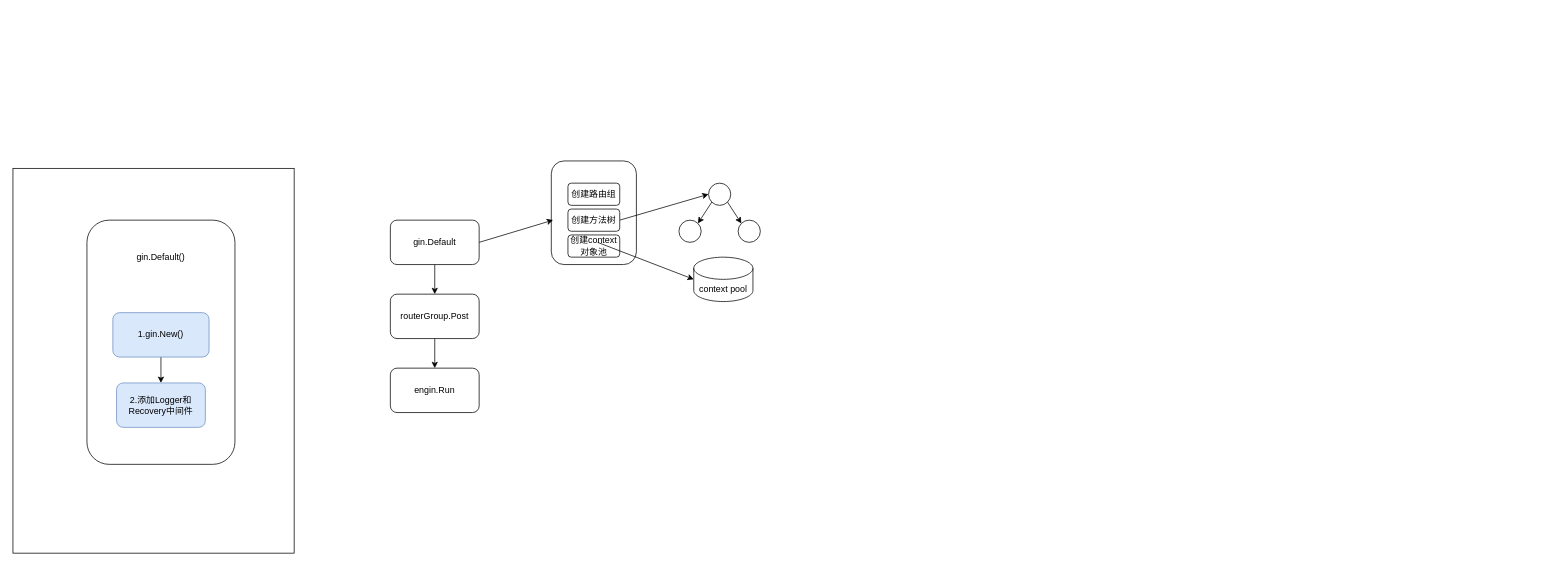
Before: gin框架源码图.drawio in lishuai-0/picture_source_file_draw_io, a draw.io diagram. Source tidied: cells renumbered, new cells numbered last; positions are measured from the earlier drawing's top-left corner, leaving out a move shared by most shapes. Both pictures are drawn from the tidied source at 74%, with x=0, y=0 at pixel (13, 161).
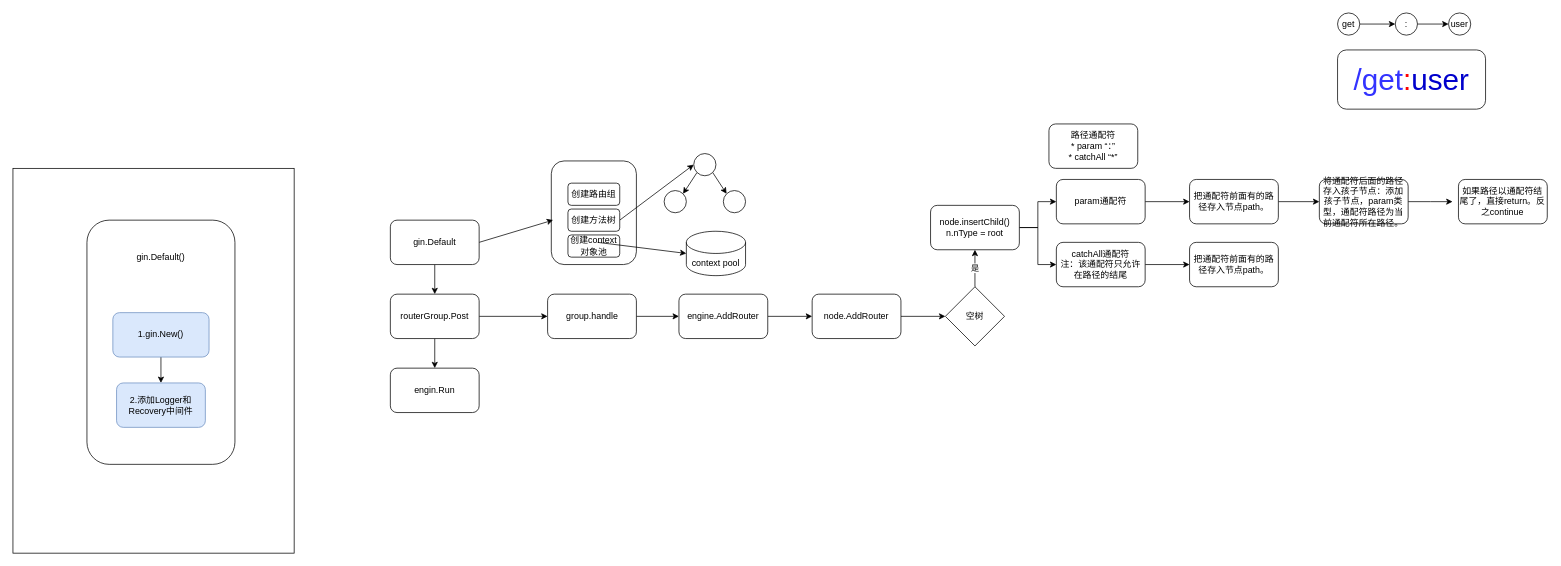
After the change.

Commit message (it also covers changes not shown here):
更新gin框架源码图.drawio

The change refers to these unchanged cells:
```xml
<mxCell id="13" value="routerGroup.Post" style="rounded=1;whiteSpace=wrap;html=1;" parent="1" vertex="1">
  <mxGeometry x="510" y="180" width="120" height="60" as="geometry" />
</mxCell>
```

What changed in the source:
```diff
@@
+    <mxCell id="26" style="edgeStyle=orthogonalEdgeStyle;rounded=0;jettySize=auto;html=1;exitX=1;exitY=0.5;exitDx=0;exitDy=0;" parent="1" edge="1" source="13" target="28">
+      <mxGeometry relative="1" as="geometry" />
+    </mxCell>
@@
     <mxCell id="21" style="ellipse;whiteSpace=wrap;html=1;" parent="1" vertex="1">
-      <mxGeometry x="940" y="30" width="30" height="30" as="geometry" />
+      <mxGeometry x="920" y="-10" width="30" height="30" as="geometry" />
     </mxCell>
     <mxCell id="22" style="ellipse;whiteSpace=wrap;html=1;" parent="1" vertex="1">
-      <mxGeometry x="980" y="80" width="30" height="30" as="geometry" />
+      <mxGeometry x="960" y="40" width="30" height="30" as="geometry" />
     </mxCell>
     <mxCell id="23" style="ellipse;whiteSpace=wrap;html=1;" parent="1" vertex="1">
-      <mxGeometry x="900" y="80" width="30" height="30" as="geometry" />
+      <mxGeometry x="880" y="40" width="30" height="30" as="geometry" />
     </mxCell>
     <mxCell id="24" value="context pool" style="shape=cylinder3;whiteSpace=wrap;html=1;boundedLbl=1;backgroundOutline=1;size=15;" parent="1" vertex="1">
-      <mxGeometry x="920" y="130" width="80" height="60" as="geometry" />
+      <mxGeometry x="910" y="95" width="80" height="60" as="geometry" />
     </mxCell>
@@
+    <mxCell id="27" style="rounded=0;jettySize=auto;html=1;exitX=1;exitY=0.5;exitDx=0;exitDy=0;" parent="1" edge="1" source="28" target="30">
+      <mxGeometry relative="1" as="geometry" />
+    </mxCell>
+    <mxCell id="28" value="group.handle" style="rounded=1;whiteSpace=wrap;html=1;" parent="1" vertex="1">
+      <mxGeometry x="722.5" y="180" width="120" height="60" as="geometry" />
+    </mxCell>
+    <mxCell id="29" style="edgeStyle=orthogonalEdgeStyle;rounded=0;jettySize=auto;html=1;exitX=1;exitY=0.5;exitDx=0;exitDy=0;" parent="1" edge="1" source="30" target="32">
+      <mxGeometry relative="1" as="geometry" />
+    </mxCell>
+    <mxCell id="30" value="engine.AddRouter" style="rounded=1;whiteSpace=wrap;html=1;" parent="1" vertex="1">
+      <mxGeometry x="900" y="180" width="120" height="60" as="geometry" />
+    </mxCell>
+    <mxCell id="31" style="edgeStyle=orthogonalEdgeStyle;rounded=0;jettySize=auto;html=1;exitX=1;exitY=0.5;exitDx=0;exitDy=0;" parent="1" edge="1" source="32" target="34">
+      <mxGeometry relative="1" as="geometry" />
+    </mxCell>
+    <mxCell id="32" value="node.AddRouter" style="rounded=1;whiteSpace=wrap;html=1;" parent="1" vertex="1">
+      <mxGeometry x="1080" y="180" width="120" height="60" as="geometry" />
+    </mxCell>
+    <mxCell id="33" value="是" style="edgeStyle=orthogonalEdgeStyle;rounded=0;jettySize=auto;html=1;exitX=0.5;exitY=0;exitDx=0;exitDy=0;" parent="1" edge="1" source="34" target="37">
+      <mxGeometry relative="1" as="geometry" />
+    </mxCell>
+    <mxCell id="34" value="空树" style="rhombus;whiteSpace=wrap;html=1;" parent="1" vertex="1">
+      <mxGeometry x="1260" y="170" width="80" height="80" as="geometry" />
+    </mxCell>
+    <mxCell id="35" style="edgeStyle=orthogonalEdgeStyle;rounded=0;jettySize=auto;html=1;exitX=1;exitY=0.5;exitDx=0;exitDy=0;entryX=0;entryY=0.5;entryDx=0;entryDy=0;" parent="1" edge="1" source="37" target="52">
+      <mxGeometry relative="1" as="geometry" />
+    </mxCell>
+    <mxCell id="36" style="edgeStyle=orthogonalEdgeStyle;rounded=0;jettySize=auto;html=1;exitX=1;exitY=0.5;exitDx=0;exitDy=0;" parent="1" edge="1" source="37" target="54">
+      <mxGeometry relative="1" as="geometry" />
+    </mxCell>
+    <mxCell id="37" value="node.insertChild()&lt;div&gt;n.nType = root&lt;br&gt;&lt;/div&gt;" style="rounded=1;whiteSpace=wrap;html=1;" parent="1" vertex="1">
+      <mxGeometry x="1240" y="60" width="120" height="60" as="geometry" />
+    </mxCell>
+    <mxCell id="38" value="路径通配符&lt;br&gt;* param “：”&lt;div&gt;* catchAll “*”&lt;/div&gt;" style="rounded=1;whiteSpace=wrap;html=1;" parent="1" vertex="1">
+      <mxGeometry x="1400" y="-50" width="120" height="60" as="geometry" />
+    </mxCell>
+    <mxCell id="39" style="edgeStyle=orthogonalEdgeStyle;rounded=0;jettySize=auto;html=1;exitX=1;exitY=0.5;exitDx=0;exitDy=0;entryX=0;entryY=0.5;entryDx=0;entryDy=0;" parent="1" edge="1" source="40">
+      <mxGeometry relative="1" as="geometry">
+        <mxPoint x="1945.4" y="55" as="targetPoint" />
+      </mxGeometry>
+    </mxCell>
+    <mxCell id="40" value="将通配符后面的路径存入孩子节点：添加孩子节点，param类型，通配符路径为当前通配符所在路径。" style="rounded=1;whiteSpace=wrap;html=1;" parent="1" vertex="1">
+      <mxGeometry x="1765.4" y="25" width="120" height="60" as="geometry" />
+    </mxCell>
+    <mxCell id="41" value="如果路径以通配符结尾了，直接return。反之continue" style="rounded=1;whiteSpace=wrap;html=1;" parent="1" vertex="1">
+      <mxGeometry x="1953.4" y="25" width="120" height="60" as="geometry" />
+    </mxCell>
+    <mxCell id="42" style="group;" parent="1" vertex="1">
+      <mxGeometry x="1790" y="-200" width="200" height="130" as="geometry" />
+    </mxCell>
+    <mxCell id="43" value="&lt;font style=&quot;font-size: 40px;&quot;&gt;&lt;font color=&quot;#3333ff&quot;&gt;/get&lt;/font&gt;&lt;font color=&quot;#ff0000&quot;&gt;:&lt;/font&gt;&lt;font color=&quot;#0000cc&quot;&gt;user&lt;/font&gt;&lt;/font&gt;" style="rounded=1;whiteSpace=wrap;html=1;" parent="42" vertex="1">
+      <mxGeometry y="50" width="200" height="80" as="geometry" />
+    </mxCell>
+    <mxCell id="44" style="edgeStyle=orthogonalEdgeStyle;rounded=0;jettySize=auto;html=1;exitX=1;exitY=0.5;exitDx=0;exitDy=0;" parent="42" edge="1" source="45" target="47">
+      <mxGeometry relative="1" as="geometry" />
+    </mxCell>
+    <mxCell id="45" value="get" style="ellipse;whiteSpace=wrap;html=1;" parent="42" vertex="1">
+      <mxGeometry width="30" height="30" as="geometry" />
+    </mxCell>
+    <mxCell id="46" style="edgeStyle=orthogonalEdgeStyle;rounded=0;jettySize=auto;html=1;exitX=1;exitY=0.5;exitDx=0;exitDy=0;" parent="42" edge="1" source="47" target="48">
+      <mxGeometry relative="1" as="geometry" />
+    </mxCell>
+    <mxCell id="47" value=":" style="ellipse;whiteSpace=wrap;html=1;" parent="42" vertex="1">
+      <mxGeometry x="78" width="30" height="30" as="geometry" />
+    </mxCell>
+    <mxCell id="48" value="user" style="ellipse;whiteSpace=wrap;html=1;" parent="42" vertex="1">
+      <mxGeometry x="150" width="30" height="30" as="geometry" />
+    </mxCell>
+    <mxCell id="49" style="edgeStyle=orthogonalEdgeStyle;rounded=0;jettySize=auto;html=1;exitX=1;exitY=0.5;exitDx=0;exitDy=0;" parent="1" edge="1" source="50" target="40">
+      <mxGeometry relative="1" as="geometry" />
+    </mxCell>
+    <mxCell id="50" value="把通配符前面有的路径存入节点path。" style="rounded=1;whiteSpace=wrap;html=1;" parent="1" vertex="1">
+      <mxGeometry x="1590" y="25" width="120" height="60" as="geometry" />
+    </mxCell>
+    <mxCell id="51" style="edgeStyle=orthogonalEdgeStyle;rounded=0;jettySize=auto;html=1;exitX=1;exitY=0.5;exitDx=0;exitDy=0;" parent="1" edge="1" source="52" target="50">
+      <mxGeometry relative="1" as="geometry" />
+    </mxCell>
+    <mxCell id="52" value="param通配符" style="rounded=1;whiteSpace=wrap;html=1;" parent="1" vertex="1">
+      <mxGeometry x="1410" y="25" width="120" height="60" as="geometry" />
+    </mxCell>
+    <mxCell id="53" style="edgeStyle=orthogonalEdgeStyle;rounded=0;jettySize=auto;html=1;exitX=1;exitY=0.5;exitDx=0;exitDy=0;entryX=0;entryY=0.5;entryDx=0;entryDy=0;" parent="1" edge="1" source="54" target="55">
+      <mxGeometry relative="1" as="geometry" />
+    </mxCell>
+    <mxCell id="54" value="catchAll通配符&lt;div&gt;注：该通配符只允许在路径的结尾&lt;/div&gt;" style="rounded=1;whiteSpace=wrap;html=1;" parent="1" vertex="1">
+      <mxGeometry x="1410" y="110" width="120" height="60" as="geometry" />
+    </mxCell>
+    <mxCell id="55" value="把通配符前面有的路径存入节点path。" style="rounded=1;whiteSpace=wrap;html=1;" parent="1" vertex="1">
+      <mxGeometry x="1590" y="110" width="120" height="60" as="geometry" />
+    </mxCell>
```
